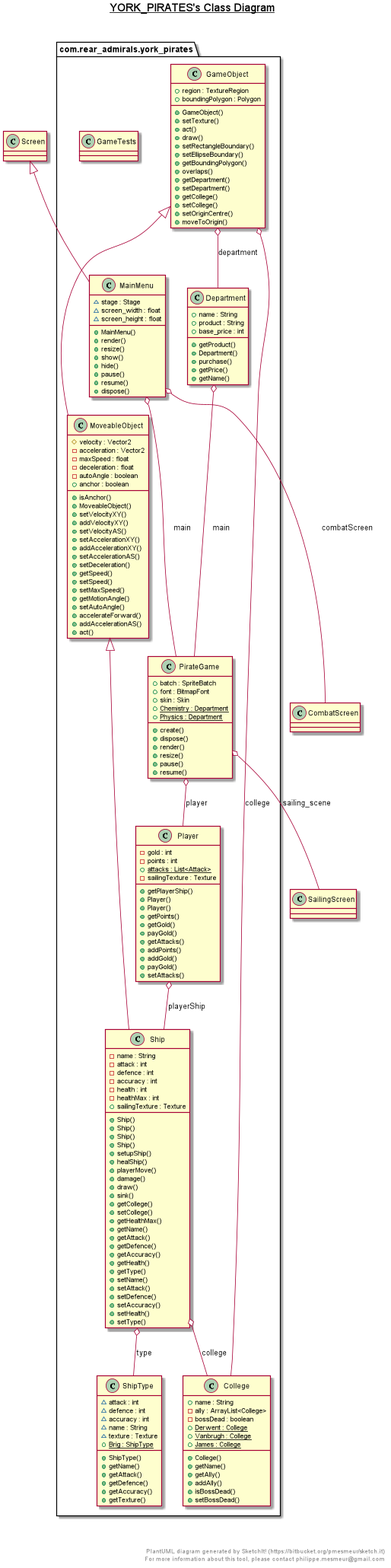
Earlier version of the PlantUML export Images/Ass2UML/york_pirates.png (TaylorWillmott/SEPR). Source of this version:
```plantuml
@startuml

title __YORK_PIRATES's Class Diagram__\n

  package com.rear_admirals.york_pirates {
    class College {
        + name : String
        - ally : ArrayList<College>
        - bossDead : boolean
        {static} + Derwent : College
        {static} + Vanbrugh : College
        {static} + James : College
        + College()
        + getName()
        + getAlly()
        + addAlly()
        + isBossDead()
        + setBossDead()
    }
  }


  package com.rear_admirals.york_pirates {
    class Department {
        + name : String
        + product : String
        + base_price : int
        + getProduct()
        + Department()
        + purchase()
        + getPrice()
        + getName()
    }
  }


  package com.rear_admirals.york_pirates {
    class GameObject {
        + region : TextureRegion
        + boundingPolygon : Polygon
        + GameObject()
        + setTexture()
        + act()
        + draw()
        + setRectangleBoundary()
        + setEllipseBoundary()
        + getBoundingPolygon()
        + overlaps()
        + getDepartment()
        + setDepartment()
        + getCollege()
        + setCollege()
        + setOriginCentre()
        + moveToOrigin()
    }
  }


  package com.rear_admirals.york_pirates {
    class GameTests {
    }
  }


  package com.rear_admirals.york_pirates {
    class MainMenu {
        ~ stage : Stage
        ~ screen_width : float
        ~ screen_height : float
        + MainMenu()
        + render()
        + resize()
        + show()
        + hide()
        + pause()
        + resume()
        + dispose()
    }
  }


  package com.rear_admirals.york_pirates {
    class MoveableObject {
        # velocity : Vector2
        - acceleration : Vector2
        - maxSpeed : float
        - deceleration : float
        - autoAngle : boolean
        + anchor : boolean
        + isAnchor()
        + MoveableObject()
        + setVelocityXY()
        + addVelocityXY()
        + setVelocityAS()
        + setAccelerationXY()
        + addAccelerationXY()
        + setAccelerationAS()
        + setDeceleration()
        + getSpeed()
        + setSpeed()
        + setMaxSpeed()
        + getMotionAngle()
        + setAutoAngle()
        + accelerateForward()
        + addAccelerationAS()
        + act()
    }
  }


  package com.rear_admirals.york_pirates {
    class PirateGame {
        + batch : SpriteBatch
        + font : BitmapFont
        + skin : Skin
        {static} + Chemistry : Department
        {static} + Physics : Department
        + create()
        + dispose()
        + render()
        + resize()
        + pause()
        + resume()
    }
  }


  package com.rear_admirals.york_pirates {
    class Player {
        - gold : int
        - points : int
        {static} + attacks : List<Attack>
        - sailingTexture : Texture
        + getPlayerShip()
        + Player()
        + Player()
        + getPoints()
        + getGold()
        + payGold()
        + getAttacks()
        + addPoints()
        + addGold()
        + payGold()
        + setAttacks()
    }
  }


  package com.rear_admirals.york_pirates {
    class Ship {
        - name : String
        - attack : int
        - defence : int
        - accuracy : int
        - health : int
        - healthMax : int
        + sailingTexture : Texture
        + Ship()
        + Ship()
        + Ship()
        + Ship()
        + setupShip()
        + healShip()
        + playerMove()
        + damage()
        + draw()
        + sink()
        + getCollege()
        + setCollege()
        + getHealthMax()
        + getName()
        + getAttack()
        + getDefence()
        + getAccuracy()
        + getHealth()
        + getType()
        + setName()
        + setAttack()
        + setDefence()
        + setAccuracy()
        + setHealth()
        + setType()
    }
  }


  package com.rear_admirals.york_pirates {
    class ShipType {
        ~ attack : int
        ~ defence : int
        ~ accuracy : int
        ~ name : String
        ~ texture : Texture
        {static} + Brig : ShipType
        + ShipType()
        + getName()
        + getAttack()
        + getDefence()
        + getAccuracy()
        + getTexture()
    }
  }


  Department o-- PirateGame : main
  GameObject o-- College : college
  GameObject o-- Department : department
  MainMenu -up-|> Screen
  MainMenu o-- PirateGame : main
  MainMenu o-- CombatScreen : combatScreen
  MoveableObject -up-|> GameObject
  PirateGame o-- Player : player
  PirateGame o-- SailingScreen : sailing_scene
  Player o-- Ship : playerShip
  Ship -up-|> MoveableObject
  Ship o-- ShipType : type
  Ship o-- College : college


right footer


PlantUML diagram generated by SketchIt! (https://bitbucket.org/pmesmeur/sketch.it)
For more information about this tool, please contact philippe.mesmeur@gmail.com
endfooter

@enduml
```
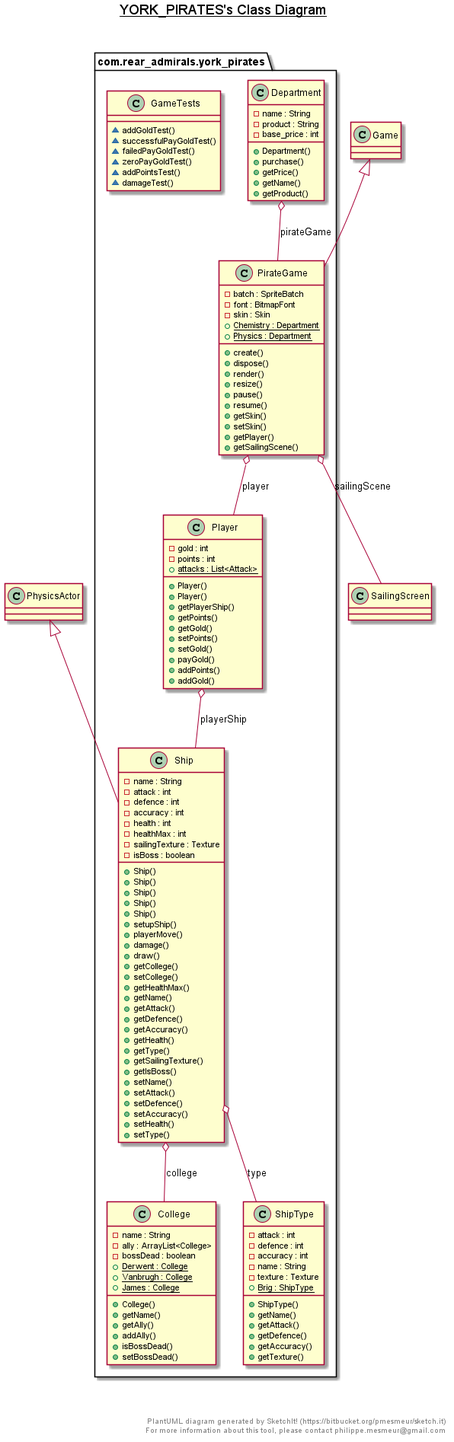
After the change.

The edit, as a diff of the source:
```diff
@@ -4,7 +4,7 @@
 
   package com.rear_admirals.york_pirates {
     class College {
-        + name : String
+        - name : String
         - ally : ArrayList<College>
         - bossDead : boolean
         {static} + Derwent : College
@@ -22,97 +22,35 @@
 
   package com.rear_admirals.york_pirates {
     class Department {
-        + name : String
-        + product : String
-        + base_price : int
-        + getProduct()
+        - name : String
+        - product : String
+        - base_price : int
         + Department()
         + purchase()
         + getPrice()
         + getName()
-    }
-  }
-
-
-  package com.rear_admirals.york_pirates {
-    class GameObject {
-        + region : TextureRegion
-        + boundingPolygon : Polygon
-        + GameObject()
-        + setTexture()
-        + act()
-        + draw()
-        + setRectangleBoundary()
-        + setEllipseBoundary()
-        + getBoundingPolygon()
-        + overlaps()
-        + getDepartment()
-        + setDepartment()
-        + getCollege()
-        + setCollege()
-        + setOriginCentre()
-        + moveToOrigin()
+        + getProduct()
     }
   }
 
 
   package com.rear_admirals.york_pirates {
     class GameTests {
-    }
-  }
-
-
-  package com.rear_admirals.york_pirates {
-    class MainMenu {
-        ~ stage : Stage
-        ~ screen_width : float
-        ~ screen_height : float
-        + MainMenu()
-        + render()
-        + resize()
-        + show()
-        + hide()
-        + pause()
-        + resume()
-        + dispose()
-    }
-  }
-
-
-  package com.rear_admirals.york_pirates {
-    class MoveableObject {
-        # velocity : Vector2
-        - acceleration : Vector2
-        - maxSpeed : float
-        - deceleration : float
-        - autoAngle : boolean
-        + anchor : boolean
-        + isAnchor()
-        + MoveableObject()
-        + setVelocityXY()
-        + addVelocityXY()
-        + setVelocityAS()
-        + setAccelerationXY()
-        + addAccelerationXY()
-        + setAccelerationAS()
-        + setDeceleration()
-        + getSpeed()
-        + setSpeed()
-        + setMaxSpeed()
-        + getMotionAngle()
-        + setAutoAngle()
-        + accelerateForward()
-        + addAccelerationAS()
-        + act()
+        ~ addGoldTest()
+        ~ successfulPayGoldTest()
+        ~ failedPayGoldTest()
+        ~ zeroPayGoldTest()
+        ~ addPointsTest()
+        ~ damageTest()
     }
   }
 
 
   package com.rear_admirals.york_pirates {
     class PirateGame {
-        + batch : SpriteBatch
-        + font : BitmapFont
-        + skin : Skin
+        - batch : SpriteBatch
+        - font : BitmapFont
+        - skin : Skin
         {static} + Chemistry : Department
         {static} + Physics : Department
         + create()
@@ -121,6 +59,10 @@
         + resize()
         + pause()
         + resume()
+        + getSkin()
+        + setSkin()
+        + getPlayer()
+        + getSailingScene()
     }
   }
 
@@ -130,18 +72,16 @@
         - gold : int
         - points : int
         {static} + attacks : List<Attack>
-        - sailingTexture : Texture
-        + getPlayerShip()
         + Player()
         + Player()
+        + getPlayerShip()
         + getPoints()
         + getGold()
+        + setPoints()
+        + setGold()
         + payGold()
-        + getAttacks()
         + addPoints()
         + addGold()
-        + payGold()
-        + setAttacks()
     }
   }
 
@@ -154,17 +94,17 @@
         - accuracy : int
         - health : int
         - healthMax : int
-        + sailingTexture : Texture
+        - sailingTexture : Texture
+        - isBoss : boolean
+        + Ship()
         + Ship()
         + Ship()
         + Ship()
         + Ship()
         + setupShip()
-        + healShip()
         + playerMove()
         + damage()
         + draw()
-        + sink()
         + getCollege()
         + setCollege()
         + getHealthMax()
@@ -174,6 +114,8 @@
         + getAccuracy()
         + getHealth()
         + getType()
+        + getSailingTexture()
+        + getIsBoss()
         + setName()
         + setAttack()
         + setDefence()
@@ -186,11 +128,11 @@
 
   package com.rear_admirals.york_pirates {
     class ShipType {
-        ~ attack : int
-        ~ defence : int
-        ~ accuracy : int
-        ~ name : String
-        ~ texture : Texture
+        - attack : int
+        - defence : int
+        - accuracy : int
+        - name : String
+        - texture : Texture
         {static} + Brig : ShipType
         + ShipType()
         + getName()
@@ -202,17 +144,12 @@
   }
 
 
-  Department o-- PirateGame : main
-  GameObject o-- College : college
-  GameObject o-- Department : department
-  MainMenu -up-|> Screen
-  MainMenu o-- PirateGame : main
-  MainMenu o-- CombatScreen : combatScreen
-  MoveableObject -up-|> GameObject
+  Department o-- PirateGame : pirateGame
+  PirateGame -up-|> Game
   PirateGame o-- Player : player
-  PirateGame o-- SailingScreen : sailing_scene
+  PirateGame o-- SailingScreen : sailingScene
   Player o-- Ship : playerShip
-  Ship -up-|> MoveableObject
+  Ship -up-|> PhysicsActor
   Ship o-- ShipType : type
   Ship o-- College : college
 
```
